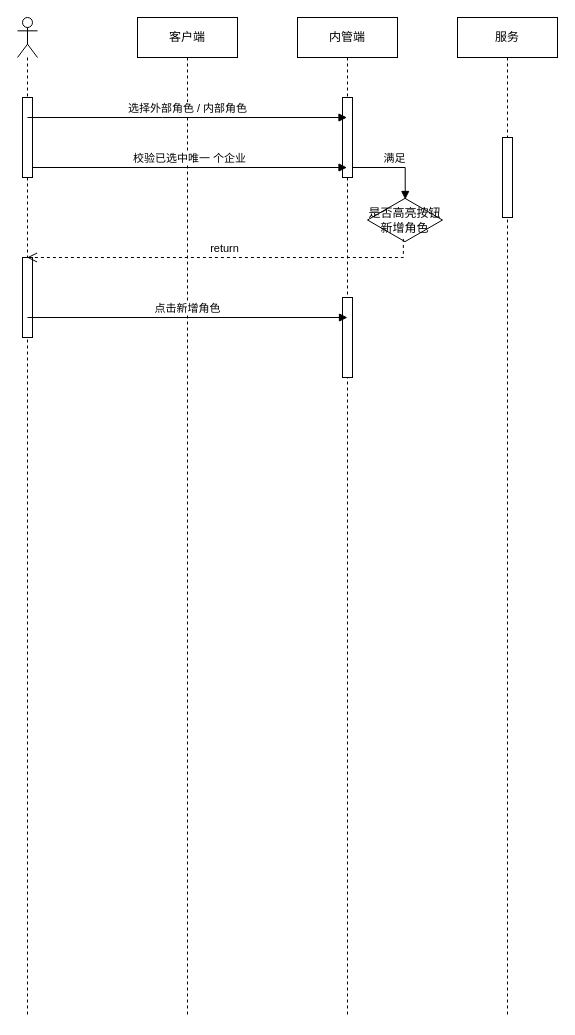
Earlier version of the draw.io diagram LLSI/用户角色权限.drawio (0573xieguojia/To-program). Source tidied: cells renumbered, new cells numbered last; positions are measured from the earlier drawing's top-left corner, leaving out a move shared by most shapes. Both pictures are drawn from the tidied source at 100%, with x=0, y=0 at pixel (17, 17).
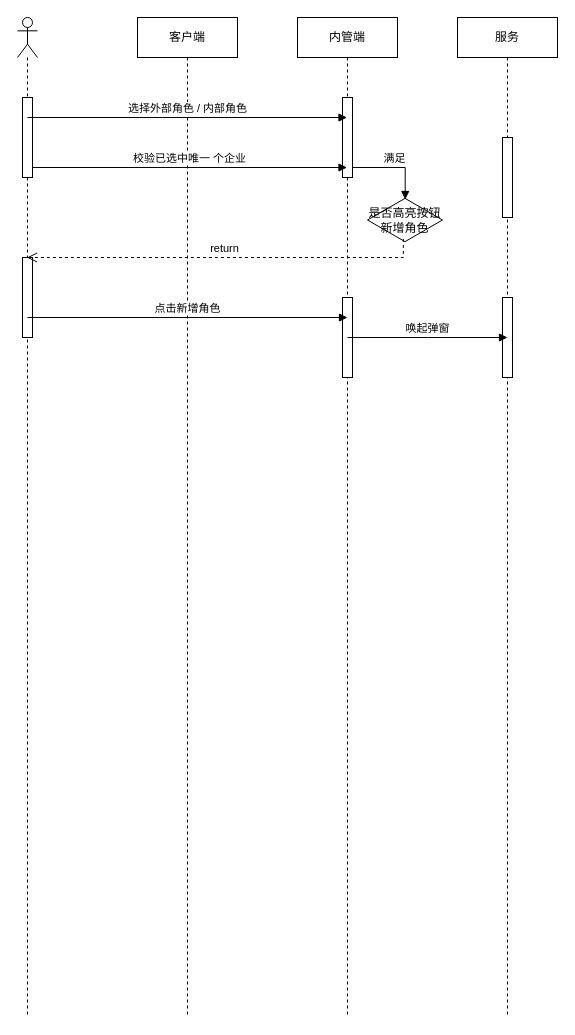
After the change.

Commit message (it also covers changes not shown here):
更新用户角色权限.drawio

The change refers to these unchanged cells:
```xml
<mxCell id="9" value="服务" style="shape=umlLifeline;perimeter=lifelinePerimeter;whiteSpace=wrap;html=1;newEdgeStyle={&quot;edgeStyle&quot;:&quot;elbowEdgeStyle&quot;,&quot;elbow&quot;:&quot;vertical&quot;,&quot;curved&quot;:0,&quot;rounded&quot;:0};" parent="1" vertex="1">
  <mxGeometry x="440" width="100" height="1000" as="geometry" />
</mxCell>
```

Change to the diagram source:
```diff
@@
+    <mxCell id="17" style="html=1;perimeter=orthogonalPerimeter;targetShapes=umlLifeline;newEdgeStyle={&quot;edgeStyle&quot;:&quot;elbowEdgeStyle&quot;,&quot;elbow&quot;:&quot;vertical&quot;,&quot;curved&quot;:0,&quot;rounded&quot;:0};" parent="9" vertex="1">
+      <mxGeometry x="45" y="280" width="10" height="80" as="geometry" />
+    </mxCell>
@@
+    <mxCell id="18" value="唤起弹窗" style="html=1;verticalAlign=bottom;endArrow=block;edgeStyle=elbowEdgeStyle;elbow=vertical;curved=0;rounded=0;" parent="1" edge="1">
+      <mxGeometry relative="1" as="geometry">
+        <mxPoint x="330" y="320" as="sourcePoint" />
+        <mxPoint x="490" y="320" as="targetPoint" />
+      </mxGeometry>
+    </mxCell>
```
